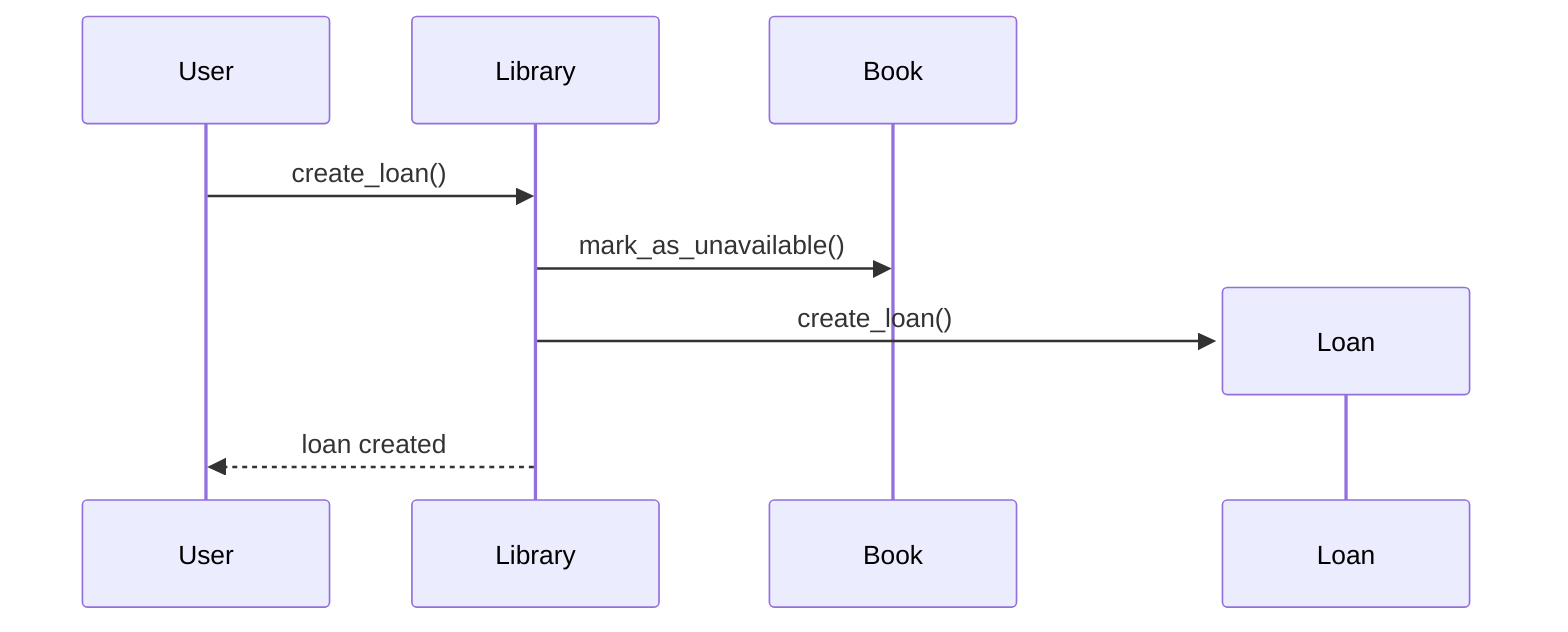
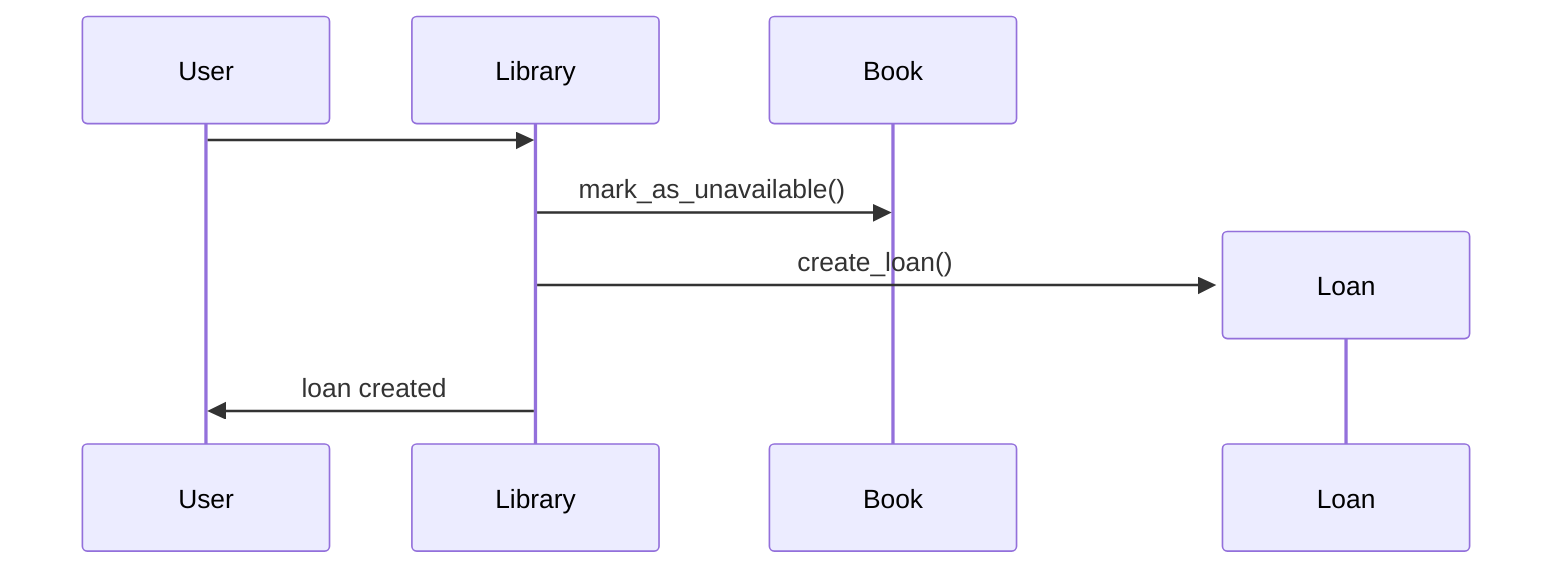
sequenceDiagram
    participant User
    participant Library
    participant Book
-     User->>Library: create_loan()
+     User->>Library:
    Library->>Book: mark_as_unavailable()
    create participant Loan
    Library->>Loan: create_loan()
-     Library-->>User: loan created+     Library->>User: loan created